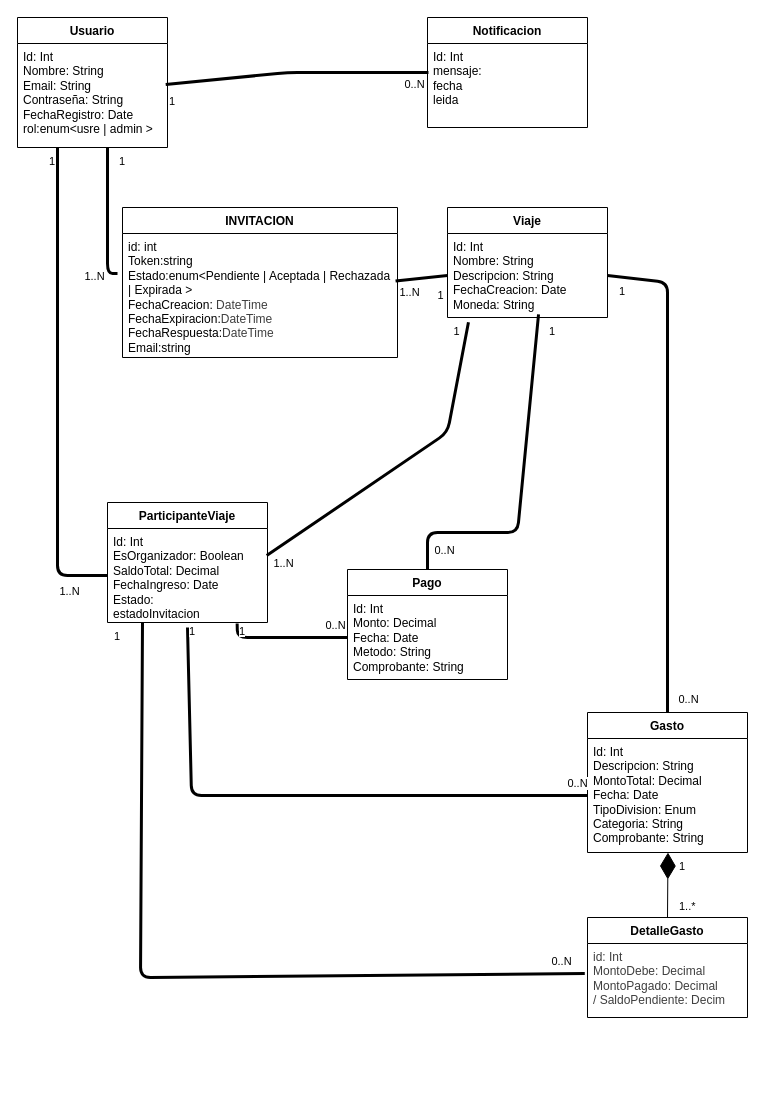
This is page "Page-1" (1 of 2) of docs/ModeloDeDominio.drawio from TPI-Entre-Todos/Entre-Todos-API, a draw.io file, before an edit. Source tidied: cells renumbered, new cells numbered last; positions are measured from the earlier drawing's top-left corner, leaving out a move shared by most shapes. Both pictures are drawn from the tidied source at 100%, with x=0, y=0 at pixel (17, 17).
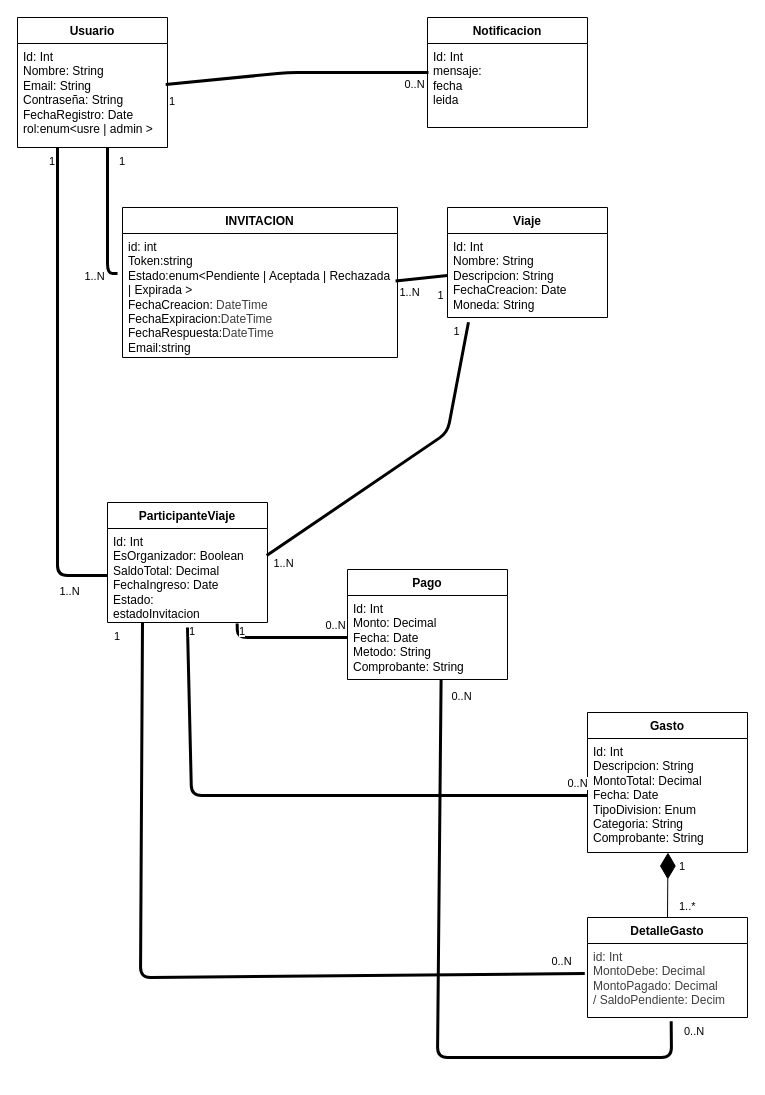
Above is the later version.

Unchanged cells that the change refers to:
```xml
<mxCell id="5" value="&lt;div&gt;Id:&amp;nbsp;&lt;span style=&quot;background-color: transparent; color: light-dark(rgb(0, 0, 0), rgb(255, 255, 255));&quot;&gt;Int&lt;/span&gt;&lt;/div&gt;&lt;div&gt;&lt;span style=&quot;background-color: transparent; color: light-dark(rgb(0, 0, 0), rgb(255, 255, 255));&quot;&gt;Nombre: String&lt;/span&gt;&lt;/div&gt;&lt;div&gt;Descripcion: String&lt;/div&gt;&lt;div&gt;FechaCreacion: Date&lt;/div&gt;&lt;div&gt;&lt;span style=&quot;background-color: transparent; color: light-dark(rgb(0, 0, 0), rgb(255, 255, 255));&quot;&gt;Moneda: String&lt;/span&gt;&lt;/div&gt;" style="text;strokeColor=none;fillColor=none;align=left;verticalAlign=top;spacingLeft=4;spacingRight=4;overflow=hidden;points=[[0,0.5],[1,0.5]];portConstraint=eastwest;whiteSpace=wrap;html=1;" parent="4" vertex="1">
  <mxGeometry y="26" width="160" height="84" as="geometry" />
</mxCell>
<mxCell id="8" value="Gasto" style="swimlane;fontStyle=1;align=center;verticalAlign=top;horizontal=1;startSize=26;whiteSpace=wrap;html=1;" parent="1" vertex="1">
  <mxGeometry x="570" y="695" width="160" height="140" as="geometry" />
</mxCell>
<mxCell id="10" value="Pago" style="swimlane;fontStyle=1;align=center;verticalAlign=top;horizontal=1;startSize=26;whiteSpace=wrap;html=1;" parent="1" vertex="1">
  <mxGeometry x="330" y="552" width="160" height="110" as="geometry" />
</mxCell>
<mxCell id="11" value="&lt;div&gt;Id:&amp;nbsp;&lt;span style=&quot;background-color: transparent; color: light-dark(rgb(0, 0, 0), rgb(255, 255, 255));&quot;&gt;Int&lt;/span&gt;&lt;/div&gt;&lt;div&gt;Monto: Decimal&lt;/div&gt;&lt;div&gt;Fecha: Date&lt;/div&gt;&lt;div&gt;Metodo: String&lt;/div&gt;&lt;div&gt;Comprobante: String&lt;/div&gt;" style="text;strokeColor=none;fillColor=none;align=left;verticalAlign=top;spacingLeft=4;spacingRight=4;overflow=hidden;points=[[0,0.5],[1,0.5]];portConstraint=eastwest;whiteSpace=wrap;html=1;" parent="10" vertex="1">
  <mxGeometry y="26" width="160" height="84" as="geometry" />
</mxCell>
<mxCell id="38" value="&lt;div style=&quot;scrollbar-color: rgb(226, 226, 226) rgb(251, 251, 251); color: rgb(63, 63, 63);&quot;&gt;id:&amp;nbsp;&lt;span style=&quot;color: rgb(63, 63, 63); scrollbar-color: rgb(226, 226, 226) rgb(251, 251, 251); background-color: transparent;&quot;&gt;Int&lt;/span&gt;&lt;/div&gt;&lt;div style=&quot;scrollbar-color: rgb(226, 226, 226) rgb(251, 251, 251); color: rgb(63, 63, 63);&quot;&gt;MontoDebe: Decimal&lt;/div&gt;&lt;div style=&quot;scrollbar-color: rgb(226, 226, 226) rgb(251, 251, 251); color: rgb(63, 63, 63);&quot;&gt;MontoPagado: Decimal&lt;/div&gt;&lt;div style=&quot;scrollbar-color: rgb(226, 226, 226) rgb(251, 251, 251); color: rgb(63, 63, 63);&quot;&gt;/ SaldoPendiente: Decim&lt;/div&gt;" style="text;strokeColor=none;fillColor=none;align=left;verticalAlign=top;spacingLeft=4;spacingRight=4;overflow=hidden;points=[[0,0.5],[1,0.5]];portConstraint=eastwest;whiteSpace=wrap;html=1;" parent="37" vertex="1">
  <mxGeometry y="26" width="160" height="74" as="geometry" />
</mxCell>
```

Diff of the diagram source:
```diff
@@
-    <mxCell id="15" style="endArrow=none;startArrow=none;endFill=0;startFill=0;endSize=8;html=1;verticalAlign=bottom;labelBackgroundColor=none;strokeWidth=3;exitX=0.5;exitY=0;exitDx=0;exitDy=0;entryX=1;entryY=0.5;entryDx=0;entryDy=0;" parent="1" edge="1" source="8" target="5">
-      <mxGeometry relative="1" as="geometry">
-        <Array as="points">
-          <mxPoint x="650" y="265" />
-        </Array>
-      </mxGeometry>
-    </mxCell>
-    <mxCell id="16" value="0..N" style="edgeLabel;html=1;align=center;verticalAlign=middle;" parent="15" vertex="1">
-      <mxGeometry x="-0.89" y="-3" relative="1" as="geometry">
-        <mxPoint x="17" y="13" as="offset" />
-      </mxGeometry>
-    </mxCell>
-    <mxCell id="17" style="endArrow=none;startArrow=none;endFill=0;startFill=0;endSize=8;html=1;verticalAlign=bottom;labelBackgroundColor=none;strokeWidth=3;exitX=0.5;exitY=0;exitDx=0;exitDy=0;entryX=0.569;entryY=0.964;entryDx=0;entryDy=0;entryPerimeter=0;" parent="1" edge="1" source="10" target="5">
-      <mxGeometry relative="1" as="geometry">
-        <Array as="points">
-          <mxPoint x="410" y="515" />
-          <mxPoint x="500" y="515" />
-        </Array>
-      </mxGeometry>
-    </mxCell>
-    <mxCell id="18" value="0..N" style="edgeLabel;html=1;align=center;verticalAlign=middle;" parent="17" vertex="1">
-      <mxGeometry x="-0.89" y="-3" relative="1" as="geometry">
-        <mxPoint x="13" y="-1" as="offset" />
-      </mxGeometry>
-    </mxCell>
@@
-    <mxCell id="29" value="&lt;span style=&quot;color: rgb(0, 0, 0); font-family: Helvetica; font-size: 11px; font-style: normal; font-variant-ligatures: normal; font-variant-caps: normal; font-weight: 400; letter-spacing: normal; orphans: 2; text-align: center; text-indent: 0px; text-transform: none; widows: 2; word-spacing: 0px; -webkit-text-stroke-width: 0px; white-space: nowrap; background-color: rgb(255, 255, 255); text-decoration-thickness: initial; text-decoration-style: initial; text-decoration-color: initial; display: inline !important; float: none;&quot;&gt;1&lt;/span&gt;" style="text;whiteSpace=wrap;html=1;" parent="1" vertex="1">
-      <mxGeometry x="530" y="300" width="40" height="40" as="geometry" />
-    </mxCell>
-    <mxCell id="30" value="&lt;span style=&quot;color: rgb(0, 0, 0); font-family: Helvetica; font-size: 11px; font-style: normal; font-variant-ligatures: normal; font-variant-caps: normal; font-weight: 400; letter-spacing: normal; orphans: 2; text-align: center; text-indent: 0px; text-transform: none; widows: 2; word-spacing: 0px; -webkit-text-stroke-width: 0px; white-space: nowrap; background-color: rgb(255, 255, 255); text-decoration-thickness: initial; text-decoration-style: initial; text-decoration-color: initial; display: inline !important; float: none;&quot;&gt;1&lt;/span&gt;" style="text;whiteSpace=wrap;html=1;" parent="1" vertex="1">
-      <mxGeometry x="600" y="260" width="20" height="25" as="geometry" />
-    </mxCell>
@@
+    <mxCell id="51" style="endArrow=none;startArrow=none;endFill=0;startFill=0;endSize=8;html=1;verticalAlign=bottom;labelBackgroundColor=none;strokeWidth=3;entryX=0.585;entryY=1;entryDx=0;entryDy=0;entryPerimeter=0;exitX=0.523;exitY=1.05;exitDx=0;exitDy=0;exitPerimeter=0;" parent="1" edge="1" source="38" target="11">
+      <mxGeometry relative="1" as="geometry">
+        <Array as="points">
+          <mxPoint x="654" y="1040" />
+          <mxPoint x="420" y="1040" />
+        </Array>
+      </mxGeometry>
+    </mxCell>
+    <mxCell id="52" value="0..N" style="edgeLabel;html=1;align=center;verticalAlign=middle;" parent="1" vertex="1">
+      <mxGeometry x="690" y="1060" as="geometry">
+        <mxPoint x="-247" y="-382" as="offset" />
+      </mxGeometry>
+    </mxCell>
+    <mxCell id="53" style="edgeStyle=none;html=1;" parent="1" edge="1" source="54" target="38">
+      <mxGeometry relative="1" as="geometry" />
+    </mxCell>
+    <mxCell id="54" value="&lt;span style=&quot;color: rgb(0, 0, 0); font-family: Helvetica; font-size: 11px; font-style: normal; font-variant-ligatures: normal; font-variant-caps: normal; font-weight: 400; letter-spacing: normal; orphans: 2; text-align: center; text-indent: 0px; text-transform: none; widows: 2; word-spacing: 0px; -webkit-text-stroke-width: 0px; white-space: nowrap; background-color: rgb(255, 255, 255); text-decoration-thickness: initial; text-decoration-style: initial; text-decoration-color: initial; display: inline !important; float: none;&quot;&gt;0..N&lt;/span&gt;" style="text;whiteSpace=wrap;html=1;" parent="1" vertex="1">
+      <mxGeometry x="665" y="1000" width="50" height="40" as="geometry" />
+    </mxCell>
```
